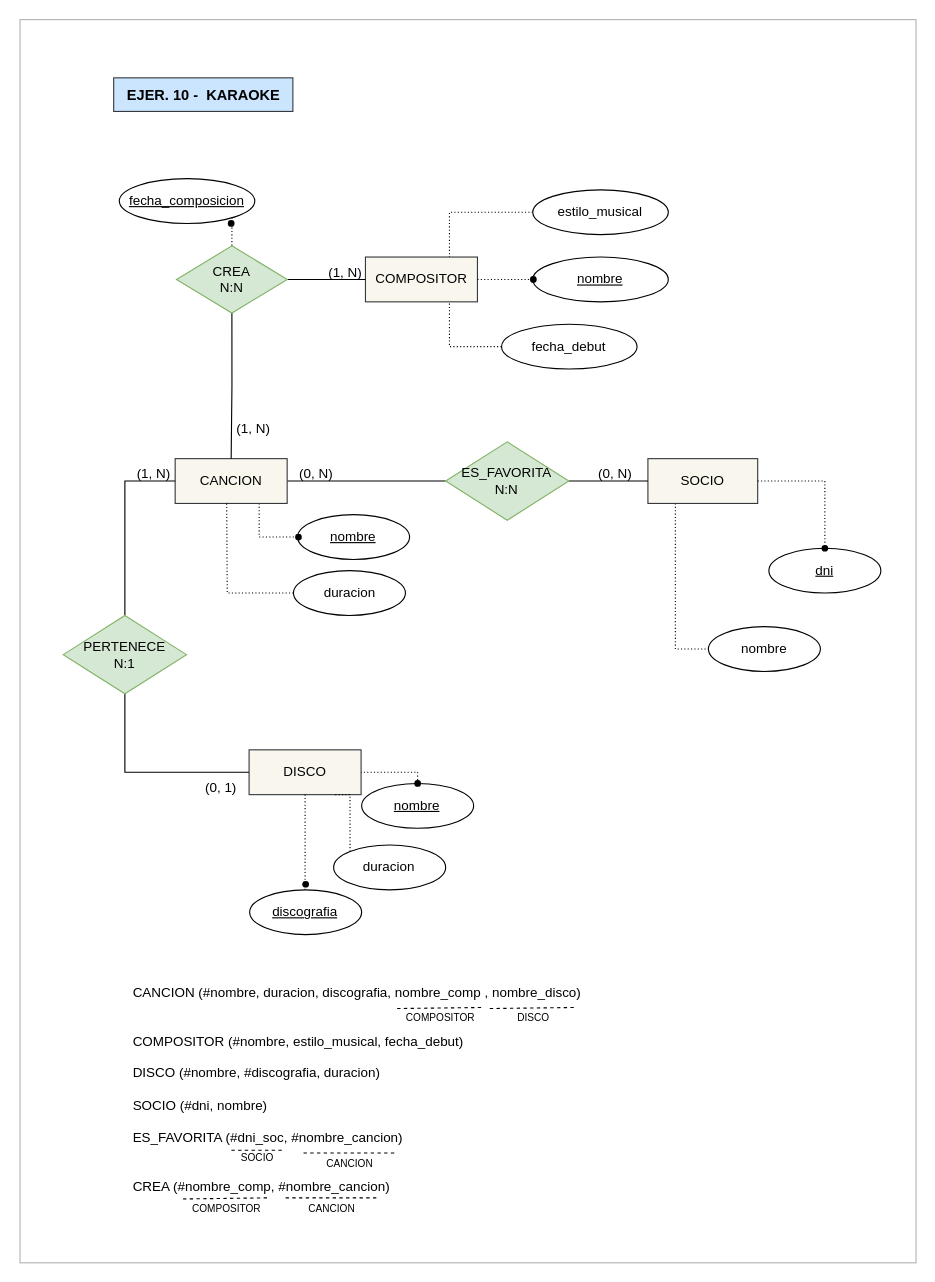
Above: ejer10_karaoke_code.drawio in mdrp93/BASE-DE-DATOS (draw.io), before the change. Source tidied: cells renumbered, new cells numbered last; positions are measured from the earlier drawing's top-left corner, leaving out a move shared by most shapes. Both pictures are drawn from the tidied source at 112%, with x=0, y=0 at pixel (19, 19).
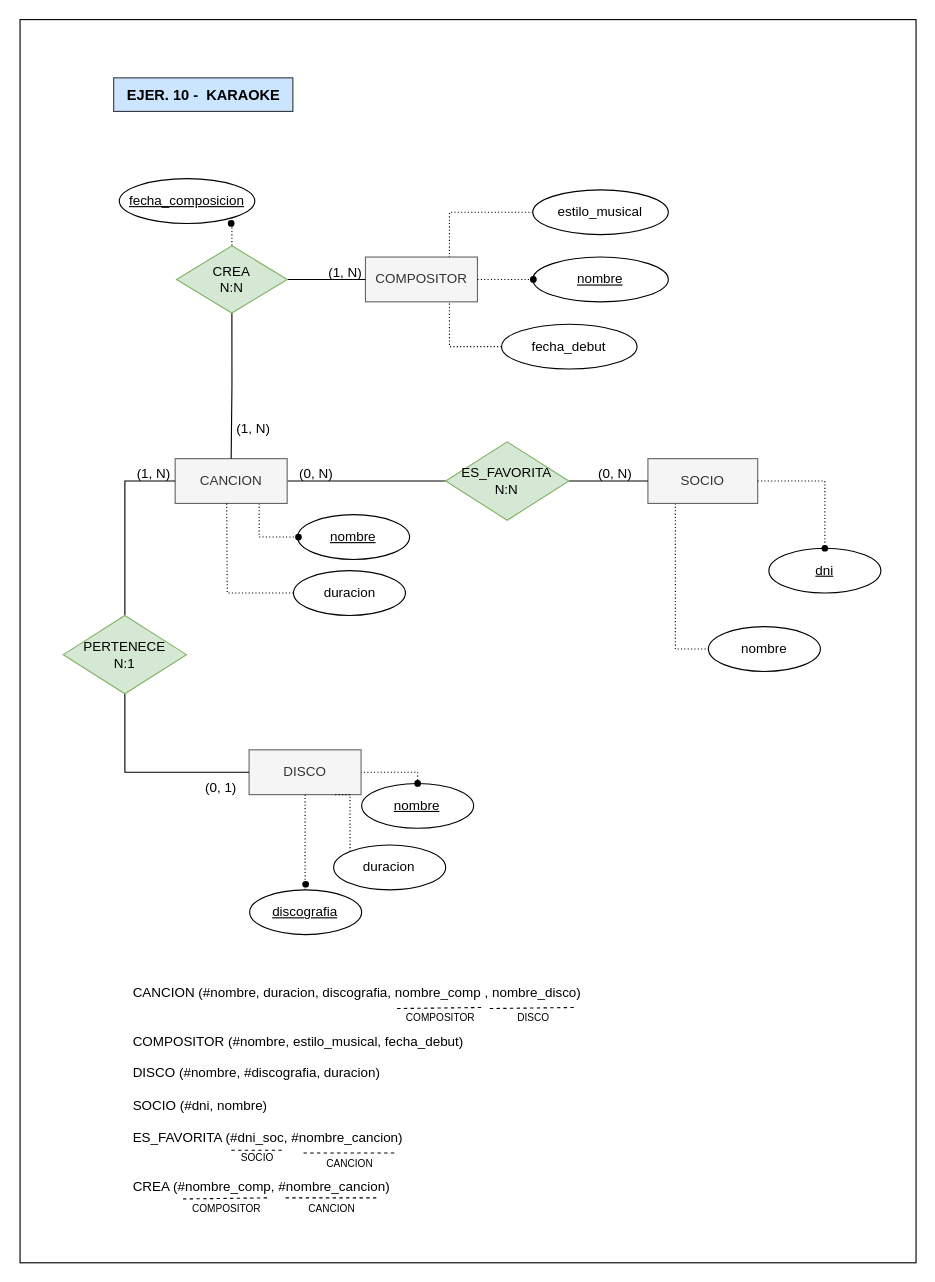
The same diagram, later.

The edit, as a diff of the source:
```diff
@@
+    <mxCell id="3" style="rounded=0;whiteSpace=wrap;html=1;" parent="1" vertex="1">
+      <mxGeometry x="0.4" width="800" height="1110" as="geometry" />
+    </mxCell>
@@
-    <mxCell id="3" style="rounded=0;whiteSpace=wrap;html=1;fillColor=none;strokeColor=#B3B3B3;" parent="1" vertex="1">
-      <mxGeometry x="0.4" width="800" height="1110" as="geometry" />
-    </mxCell>
-    <mxCell id="4" value="DISCO" style="whiteSpace=wrap;html=1;align=center;fillColor=#f9f7ed;strokeColor=#36393d;" parent="1" vertex="1">
+    <mxCell id="4" value="DISCO" style="whiteSpace=wrap;html=1;align=center;fillColor=#f5f5f5;strokeColor=#666666;fontColor=#333333;" parent="1" vertex="1">
       <mxGeometry x="204.9" y="652" width="100" height="40" as="geometry" />
     </mxCell>
@@
-    <mxCell id="6" value="SOCIO" style="whiteSpace=wrap;html=1;align=center;fillColor=#f9f7ed;strokeColor=#36393d;" parent="1" vertex="1">
+    <mxCell id="6" value="SOCIO" style="whiteSpace=wrap;html=1;align=center;fillColor=#f5f5f5;strokeColor=#666666;fontColor=#333333;" parent="1" vertex="1">
       <mxGeometry x="561" y="392" width="98" height="40" as="geometry" />
     </mxCell>
@@
-    <mxCell id="9" value="CANCION" style="whiteSpace=wrap;html=1;align=center;fillColor=#f9f7ed;strokeColor=#36393d;" parent="1" vertex="1">
+    <mxCell id="9" value="CANCION" style="whiteSpace=wrap;html=1;align=center;fillColor=#f5f5f5;strokeColor=#666666;fontColor=#333333;" parent="1" vertex="1">
       <mxGeometry x="138.9" y="392" width="100" height="40" as="geometry" />
     </mxCell>
@@
-    <mxCell id="40" value="COMPOSITOR" style="whiteSpace=wrap;html=1;align=center;fillColor=#f9f7ed;strokeColor=#36393d;" parent="1" vertex="1">
+    <mxCell id="40" value="COMPOSITOR" style="whiteSpace=wrap;html=1;align=center;fillColor=#f5f5f5;strokeColor=#666666;fontColor=#333333;" parent="1" vertex="1">
       <mxGeometry x="308.8" y="212" width="100" height="40" as="geometry" />
     </mxCell>
```
